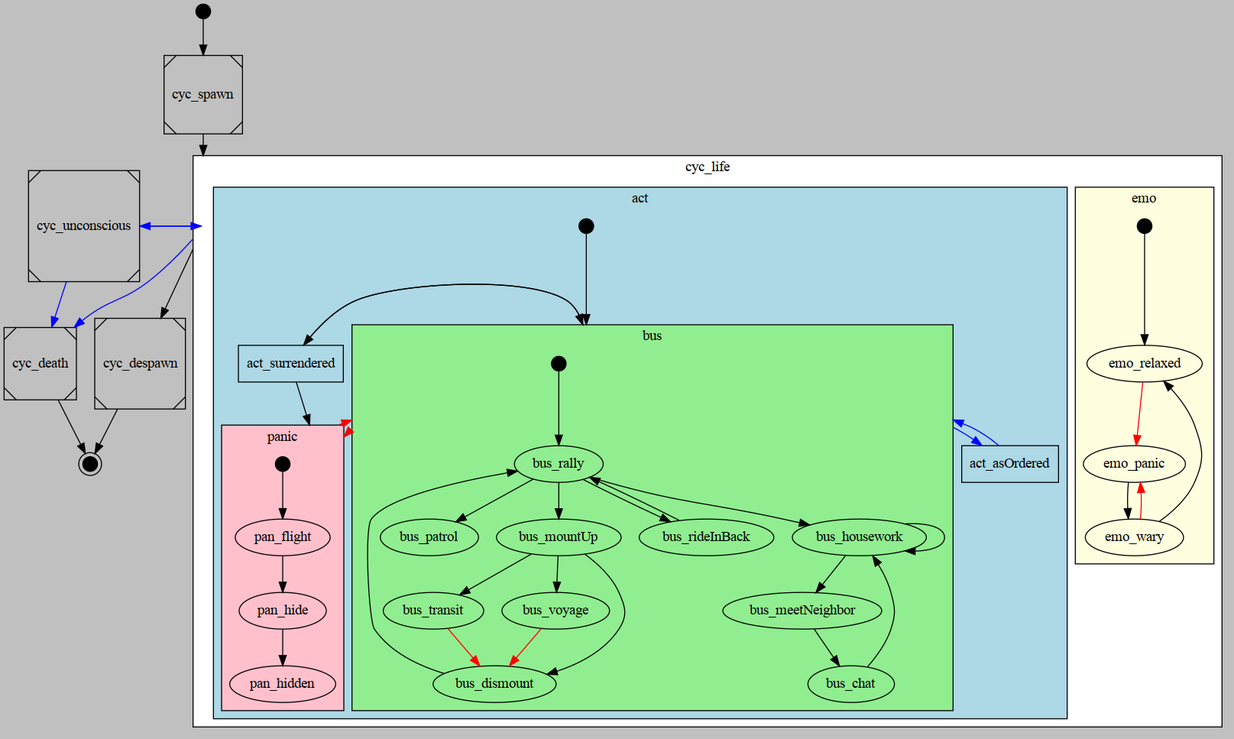
The Graphviz diagram docs/states.png in gruppe-adler/grad_civs, before a commit. Its source is kept beside it as docs/states.gv.
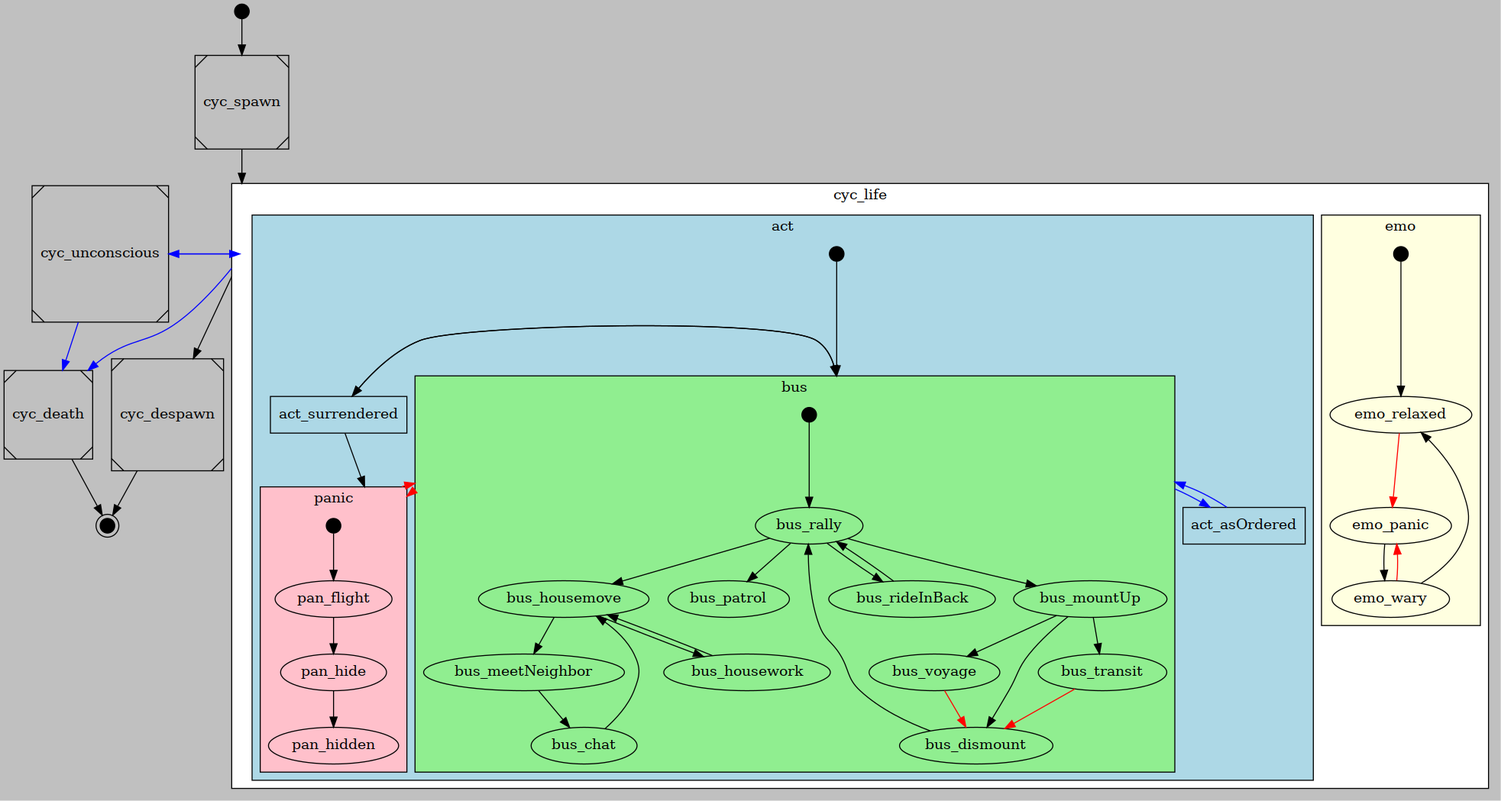
The same file after the commit.

Diff of the diagram source:
```diff
@@ -34,12 +34,13 @@
                 bus_transit -> bus_dismount [color=red]; # panic event
                 bus_voyage -> bus_dismount [color=red]; # panic event
                 bus_dismount -> bus_rally;
-                bus_rally -> bus_housework;
+                bus_rally -> bus_housemove;
                 bus_rideInBack -> bus_rally;
-                bus_housework -> bus_meetNeighbor;
+                bus_housemove -> bus_meetNeighbor;
                 bus_meetNeighbor -> bus_chat;
-                bus_chat -> bus_housework;
-                bus_housework -> bus_housework;
+                bus_chat -> bus_housemove;
+                bus_housemove -> bus_housework;
+                bus_housework -> bus_housemove;
             }
 
             subgraph cluster_panic {
```
